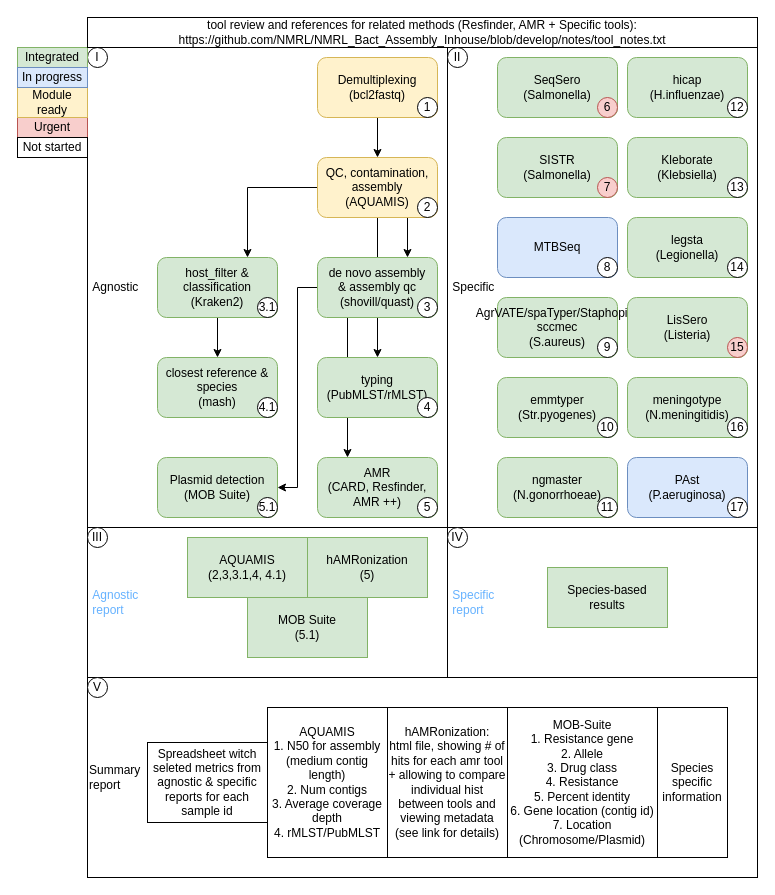
Above: notes/Agnostic_specific_pipe.drawio in NMRL/Ardetype (draw.io), before the change. Source tidied: cells renumbered, new cells numbered last; positions are measured from the earlier drawing's top-left corner, leaving out a move shared by most shapes. Both pictures are drawn from the tidied source at 100%, with x=0, y=0 at pixel (17, 17).
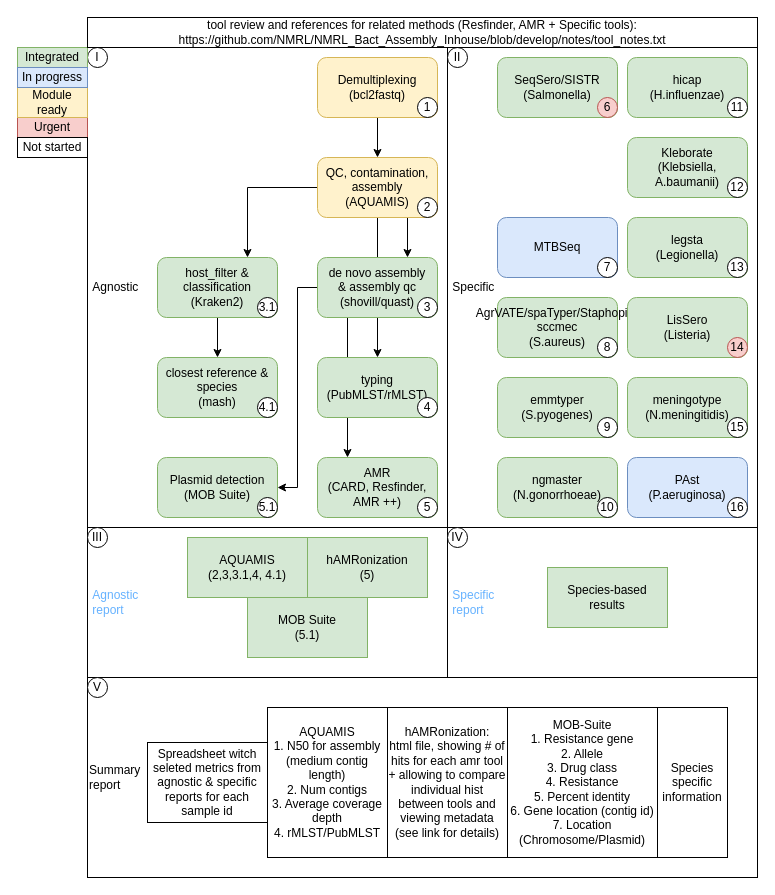
Above is the later version.

The edit, as a diff of the source:
```diff
@@
-    <mxCell id="16" value="&lt;div&gt;SeqSero&lt;br&gt;(Salmonella)&lt;br&gt;&lt;/div&gt;" style="rounded=1;whiteSpace=wrap;html=1;fillColor=#d5e8d4;strokeColor=#82b366;" parent="1" vertex="1">
+    <mxCell id="16" value="&lt;div&gt;SeqSero/SISTR&lt;br&gt;(Salmonella)&lt;br&gt;&lt;/div&gt;" style="rounded=1;whiteSpace=wrap;html=1;fillColor=#d5e8d4;strokeColor=#82b366;" parent="1" vertex="1">
       <mxGeometry x="480" y="40" width="120" height="60" as="geometry" />
     </mxCell>
@@
-    <mxCell id="18" value="&lt;div&gt;SISTR&lt;/div&gt;(Salmonella)" style="rounded=1;whiteSpace=wrap;html=1;fillColor=#d5e8d4;strokeColor=#82b366;" parent="1" vertex="1">
-      <mxGeometry x="480" y="120" width="120" height="60" as="geometry" />
-    </mxCell>
@@
-    <mxCell id="20" value="&lt;div&gt;emmtyper&lt;/div&gt;(Str.pyogenes)" style="rounded=1;whiteSpace=wrap;html=1;fillColor=#d5e8d4;strokeColor=#82b366;" parent="1" vertex="1">
+    <mxCell id="20" value="&lt;div&gt;emmtyper&lt;/div&gt;(S.pyogenes)" style="rounded=1;whiteSpace=wrap;html=1;fillColor=#d5e8d4;strokeColor=#82b366;" parent="1" vertex="1">
       <mxGeometry x="480" y="360" width="120" height="60" as="geometry" />
     </mxCell>
@@
-    <mxCell id="22" value="&lt;div&gt;Kleborate&lt;br&gt;&lt;/div&gt;&lt;div&gt;(Klebsiella)&lt;br&gt;&lt;/div&gt;" style="rounded=1;whiteSpace=wrap;html=1;fillColor=#d5e8d4;strokeColor=#82b366;" parent="1" vertex="1">
+    <mxCell id="22" value="&lt;div&gt;Kleborate&lt;br&gt;&lt;/div&gt;&lt;div&gt;(Klebsiella, A.baumanii)&lt;br&gt;&lt;/div&gt;" style="rounded=1;whiteSpace=wrap;html=1;fillColor=#d5e8d4;strokeColor=#82b366;" parent="1" vertex="1">
       <mxGeometry x="610" y="120" width="120" height="60" as="geometry" />
     </mxCell>
@@
-    <mxCell id="33" value="7" style="ellipse;whiteSpace=wrap;html=1;fillColor=#f8cecc;strokeColor=#b85450;" parent="1" vertex="1">
-      <mxGeometry x="580" y="160" width="20" height="20" as="geometry" />
-    </mxCell>
-    <mxCell id="34" value="8" style="ellipse;whiteSpace=wrap;html=1;" parent="1" vertex="1">
+    <mxCell id="34" value="7" style="ellipse;whiteSpace=wrap;html=1;" parent="1" vertex="1">
       <mxGeometry x="580" y="240" width="20" height="20" as="geometry" />
     </mxCell>
-    <mxCell id="35" value="9" style="ellipse;whiteSpace=wrap;html=1;" parent="1" vertex="1">
+    <mxCell id="35" value="8" style="ellipse;whiteSpace=wrap;html=1;" parent="1" vertex="1">
       <mxGeometry x="580" y="320" width="20" height="20" as="geometry" />
     </mxCell>
-    <mxCell id="36" value="10" style="ellipse;whiteSpace=wrap;html=1;" parent="1" vertex="1">
+    <mxCell id="36" value="9" style="ellipse;whiteSpace=wrap;html=1;" parent="1" vertex="1">
       <mxGeometry x="580" y="400" width="20" height="20" as="geometry" />
     </mxCell>
-    <mxCell id="37" value="11" style="ellipse;whiteSpace=wrap;html=1;" parent="1" vertex="1">
+    <mxCell id="37" value="10" style="ellipse;whiteSpace=wrap;html=1;" parent="1" vertex="1">
       <mxGeometry x="580" y="480" width="20" height="20" as="geometry" />
     </mxCell>
-    <mxCell id="38" value="12" style="ellipse;whiteSpace=wrap;html=1;" parent="1" vertex="1">
+    <mxCell id="38" value="11" style="ellipse;whiteSpace=wrap;html=1;" parent="1" vertex="1">
       <mxGeometry x="710" y="80" width="20" height="20" as="geometry" />
     </mxCell>
-    <mxCell id="39" value="13" style="ellipse;whiteSpace=wrap;html=1;" parent="1" vertex="1">
+    <mxCell id="39" value="12" style="ellipse;whiteSpace=wrap;html=1;" parent="1" vertex="1">
       <mxGeometry x="710" y="160" width="20" height="20" as="geometry" />
     </mxCell>
-    <mxCell id="40" value="14" style="ellipse;whiteSpace=wrap;html=1;" parent="1" vertex="1">
+    <mxCell id="40" value="13" style="ellipse;whiteSpace=wrap;html=1;" parent="1" vertex="1">
       <mxGeometry x="710" y="240" width="20" height="20" as="geometry" />
     </mxCell>
-    <mxCell id="41" value="16" style="ellipse;whiteSpace=wrap;html=1;" parent="1" vertex="1">
+    <mxCell id="41" value="15" style="ellipse;whiteSpace=wrap;html=1;" parent="1" vertex="1">
       <mxGeometry x="710" y="400" width="20" height="20" as="geometry" />
     </mxCell>
@@
-    <mxCell id="65" value="15" style="ellipse;whiteSpace=wrap;html=1;fillColor=#f8cecc;strokeColor=#b85450;" parent="1" vertex="1">
+    <mxCell id="65" value="14" style="ellipse;whiteSpace=wrap;html=1;fillColor=#f8cecc;strokeColor=#b85450;" parent="1" vertex="1">
       <mxGeometry x="710" y="320" width="20" height="20" as="geometry" />
     </mxCell>
@@
-    <mxCell id="73" value="17" style="ellipse;whiteSpace=wrap;html=1;" parent="1" vertex="1">
+    <mxCell id="73" value="16" style="ellipse;whiteSpace=wrap;html=1;" parent="1" vertex="1">
       <mxGeometry x="710" y="480" width="20" height="20" as="geometry" />
     </mxCell>
```
